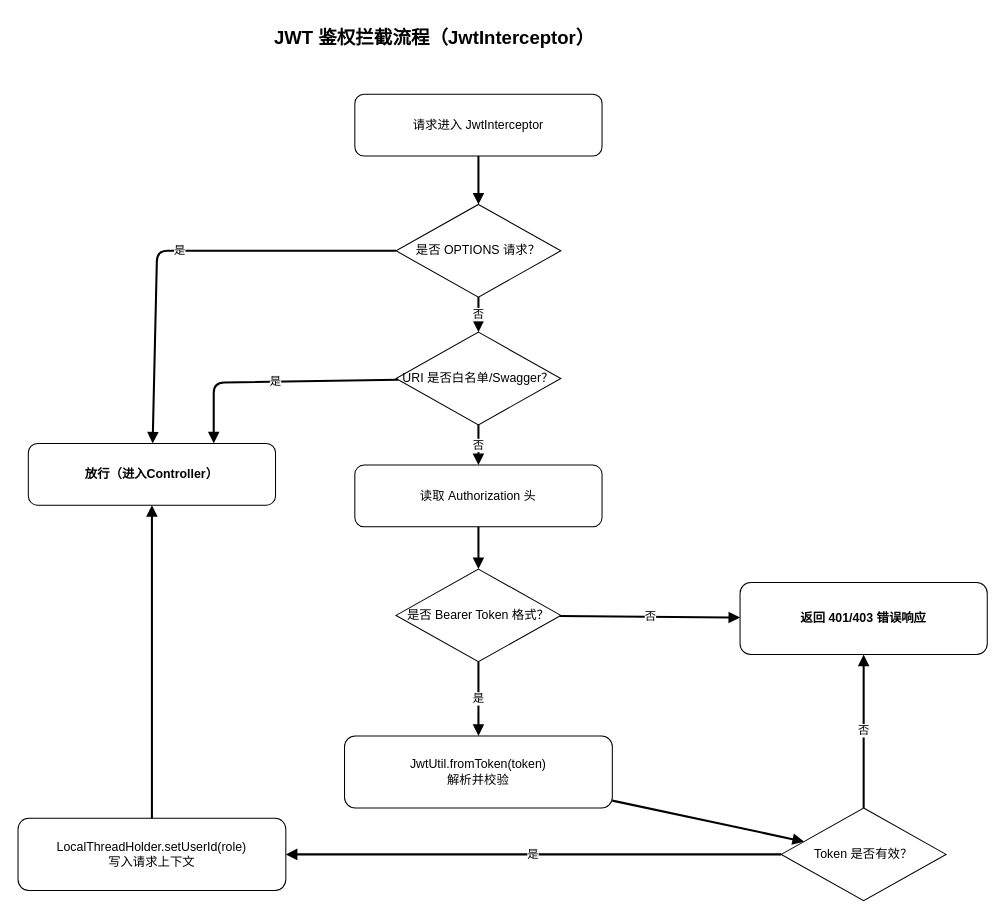
The draw.io diagram page "第 5 页" (5 of 14) of 第五章-领养申请抽屉界面状态转换图.drawio in wuan0232/test, before the edit. Source tidied: cells renumbered, new cells numbered last; positions are measured from the earlier drawing's top-left corner, leaving out a move shared by most shapes. Both pictures are drawn from the tidied source at 103%, with x=0, y=0 at pixel (18, 18).
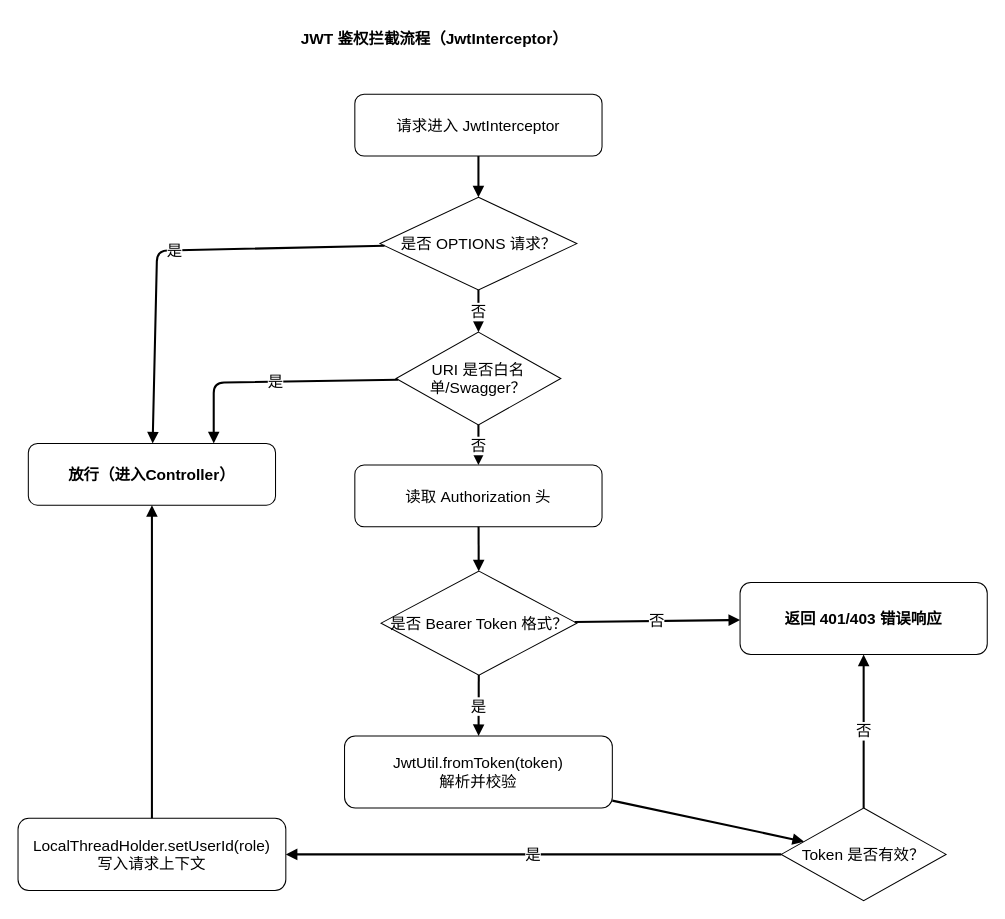
Above is the later version.

Change to the diagram source:
```diff
@@
-    <mxCell id="2" value="JWT 鉴权拦截流程（JwtInterceptor）" style="text;html=1;align=center;verticalAlign=middle;fontSize=18;fontStyle=1;" parent="1" vertex="1">
+    <mxCell id="2" value="JWT 鉴权拦截流程（JwtInterceptor）" style="text;html=1;align=center;verticalAlign=middle;fontSize=15;fontStyle=1;" parent="1" vertex="1">
       <mxGeometry x="24" width="760" height="40" as="geometry" />
     </mxCell>
-    <mxCell id="3" value="请求进入 JwtInterceptor" style="rounded=1;whiteSpace=wrap;html=1;" parent="1" vertex="1">
+    <mxCell id="3" value="请求进入 JwtInterceptor" style="rounded=1;whiteSpace=wrap;html=1;fontSize=15;" parent="1" vertex="1">
       <mxGeometry x="327" y="74" width="240" height="60" as="geometry" />
     </mxCell>
-    <mxCell id="4" value="是否 OPTIONS 请求？" style="rhombus;whiteSpace=wrap;html=1;" parent="1" vertex="1">
-      <mxGeometry x="367" y="181" width="160" height="90" as="geometry" />
+    <mxCell id="4" value="是否 OPTIONS 请求？" style="rhombus;whiteSpace=wrap;html=1;fontSize=15;" parent="1" vertex="1">
+      <mxGeometry x="351.5" y="174" width="191" height="90" as="geometry" />
     </mxCell>
-    <mxCell id="5" value="放行（进入Controller）" style="rounded=1;whiteSpace=wrap;html=1;fontStyle=1;" parent="1" vertex="1">
+    <mxCell id="5" value="放行（进入Controller）" style="rounded=1;whiteSpace=wrap;html=1;fontStyle=1;fontSize=15;" parent="1" vertex="1">
       <mxGeometry x="10" y="413" width="240" height="60" as="geometry" />
     </mxCell>
-    <mxCell id="6" value="URI 是否白名单/Swagger？" style="rhombus;whiteSpace=wrap;html=1;" parent="1" vertex="1">
+    <mxCell id="6" value="URI 是否白名单/Swagger？" style="rhombus;whiteSpace=wrap;html=1;fontSize=15;" parent="1" vertex="1">
       <mxGeometry x="367" y="305" width="160" height="90" as="geometry" />
     </mxCell>
-    <mxCell id="7" value="读取 Authorization 头" style="rounded=1;whiteSpace=wrap;html=1;" parent="1" vertex="1">
+    <mxCell id="7" value="读取 Authorization 头" style="rounded=1;whiteSpace=wrap;html=1;fontSize=15;" parent="1" vertex="1">
       <mxGeometry x="327" y="434" width="240" height="60" as="geometry" />
     </mxCell>
-    <mxCell id="8" value="是否 Bearer Token 格式？" style="rhombus;whiteSpace=wrap;html=1;" parent="1" vertex="1">
-      <mxGeometry x="367" y="535" width="160" height="90" as="geometry" />
+    <mxCell id="8" value="是否 Bearer Token 格式？" style="rhombus;whiteSpace=wrap;html=1;fontSize=15;" parent="1" vertex="1">
+      <mxGeometry x="352.5" y="537" width="190" height="101" as="geometry" />
     </mxCell>
-    <mxCell id="9" value="JwtUtil.fromToken(token)&#10;解析并校验" style="rounded=1;whiteSpace=wrap;html=1;" parent="1" vertex="1">
+    <mxCell id="9" value="JwtUtil.fromToken(token)&#10;解析并校验" style="rounded=1;whiteSpace=wrap;html=1;fontSize=15;" parent="1" vertex="1">
       <mxGeometry x="317" y="697" width="260" height="70" as="geometry" />
     </mxCell>
-    <mxCell id="10" value="Token 是否有效？" style="rhombus;whiteSpace=wrap;html=1;" parent="1" vertex="1">
+    <mxCell id="10" value="Token 是否有效？" style="rhombus;whiteSpace=wrap;html=1;fontSize=15;" parent="1" vertex="1">
       <mxGeometry x="741" y="767" width="160" height="90" as="geometry" />
     </mxCell>
-    <mxCell id="11" value="LocalThreadHolder.setUserId(role)&#10;写入请求上下文" style="rounded=1;whiteSpace=wrap;html=1;" parent="1" vertex="1">
+    <mxCell id="11" value="LocalThreadHolder.setUserId(role)&#10;写入请求上下文" style="rounded=1;whiteSpace=wrap;html=1;fontSize=15;" parent="1" vertex="1">
       <mxGeometry y="777" width="260" height="70" as="geometry" />
     </mxCell>
-    <mxCell id="12" value="返回 401/403 错误响应" style="rounded=1;whiteSpace=wrap;html=1;fontStyle=1;" parent="1" vertex="1">
+    <mxCell id="12" value="返回 401/403 错误响应" style="rounded=1;whiteSpace=wrap;html=1;fontStyle=1;fontSize=15;" parent="1" vertex="1">
       <mxGeometry x="701" y="548" width="240" height="70" as="geometry" />
     </mxCell>
-    <mxCell id="13" style="endArrow=block;html=1;strokeWidth=2;" parent="1" edge="1" source="3" target="4">
+    <mxCell id="13" style="endArrow=block;html=1;strokeWidth=2;fontSize=15;" parent="1" edge="1" source="3" target="4">
       <mxGeometry relative="1" as="geometry" />
     </mxCell>
-    <mxCell id="14" value="是" style="endArrow=block;html=1;strokeWidth=2;" parent="1" edge="1" source="4" target="5">
+    <mxCell id="14" value="是" style="endArrow=block;html=1;strokeWidth=2;fontSize=15;" parent="1" edge="1" source="4" target="5">
       <mxGeometry relative="1" as="geometry">
         <Array as="points">
           <mxPoint x="135" y="226" />
         </Array>
       </mxGeometry>
     </mxCell>
-    <mxCell id="15" value="否" style="endArrow=block;html=1;strokeWidth=2;" parent="1" edge="1" source="4" target="6">
+    <mxCell id="15" value="否" style="endArrow=block;html=1;strokeWidth=2;fontSize=15;" parent="1" edge="1" source="4" target="6">
       <mxGeometry relative="1" as="geometry" />
     </mxCell>
-    <mxCell id="16" value="是" style="endArrow=block;html=1;strokeWidth=2;entryX=0.75;entryY=0;entryDx=0;entryDy=0;" parent="1" edge="1" source="6" target="5">
+    <mxCell id="16" value="是" style="endArrow=block;html=1;strokeWidth=2;entryX=0.75;entryY=0;entryDx=0;entryDy=0;fontSize=15;" parent="1" edge="1" source="6" target="5">
       <mxGeometry relative="1" as="geometry">
         <Array as="points">
           <mxPoint x="190" y="354" />
         </Array>
       </mxGeometry>
     </mxCell>
-    <mxCell id="17" value="否" style="endArrow=block;html=1;strokeWidth=2;" parent="1" edge="1" source="6" target="7">
+    <mxCell id="17" value="否" style="endArrow=block;html=1;strokeWidth=2;fontSize=15;" parent="1" edge="1" source="6" target="7">
       <mxGeometry relative="1" as="geometry" />
     </mxCell>
-    <mxCell id="18" style="endArrow=block;html=1;strokeWidth=2;" parent="1" edge="1" source="7" target="8">
+    <mxCell id="18" style="endArrow=block;html=1;strokeWidth=2;fontSize=15;" parent="1" edge="1" source="7" target="8">
       <mxGeometry relative="1" as="geometry" />
     </mxCell>
-    <mxCell id="19" value="否" style="endArrow=block;html=1;strokeWidth=2;" parent="1" edge="1" source="8" target="12">
+    <mxCell id="19" value="否" style="endArrow=block;html=1;strokeWidth=2;fontSize=15;" parent="1" edge="1" source="8" target="12">
       <mxGeometry relative="1" as="geometry" />
     </mxCell>
-    <mxCell id="20" value="是" style="endArrow=block;html=1;strokeWidth=2;" parent="1" edge="1" source="8" target="9">
+    <mxCell id="20" value="是" style="endArrow=block;html=1;strokeWidth=2;fontSize=15;" parent="1" edge="1" source="8" target="9">
       <mxGeometry relative="1" as="geometry" />
     </mxCell>
-    <mxCell id="21" style="endArrow=block;html=1;strokeWidth=2;" parent="1" edge="1" source="9" target="10">
+    <mxCell id="21" style="endArrow=block;html=1;strokeWidth=2;fontSize=15;" parent="1" edge="1" source="9" target="10">
       <mxGeometry relative="1" as="geometry" />
     </mxCell>
-    <mxCell id="22" value="否" style="endArrow=block;html=1;strokeWidth=2;" parent="1" edge="1" source="10" target="12">
+    <mxCell id="22" value="否" style="endArrow=block;html=1;strokeWidth=2;fontSize=15;" parent="1" edge="1" source="10" target="12">
       <mxGeometry relative="1" as="geometry" />
     </mxCell>
-    <mxCell id="23" value="是" style="endArrow=block;html=1;strokeWidth=2;" parent="1" edge="1" source="10" target="11">
+    <mxCell id="23" value="是" style="endArrow=block;html=1;strokeWidth=2;fontSize=15;" parent="1" edge="1" source="10" target="11">
       <mxGeometry relative="1" as="geometry" />
     </mxCell>
-    <mxCell id="24" style="endArrow=block;html=1;strokeWidth=2;" parent="1" edge="1" source="11" target="5">
+    <mxCell id="24" style="endArrow=block;html=1;strokeWidth=2;fontSize=15;" parent="1" edge="1" source="11" target="5">
       <mxGeometry relative="1" as="geometry" />
     </mxCell>
```
